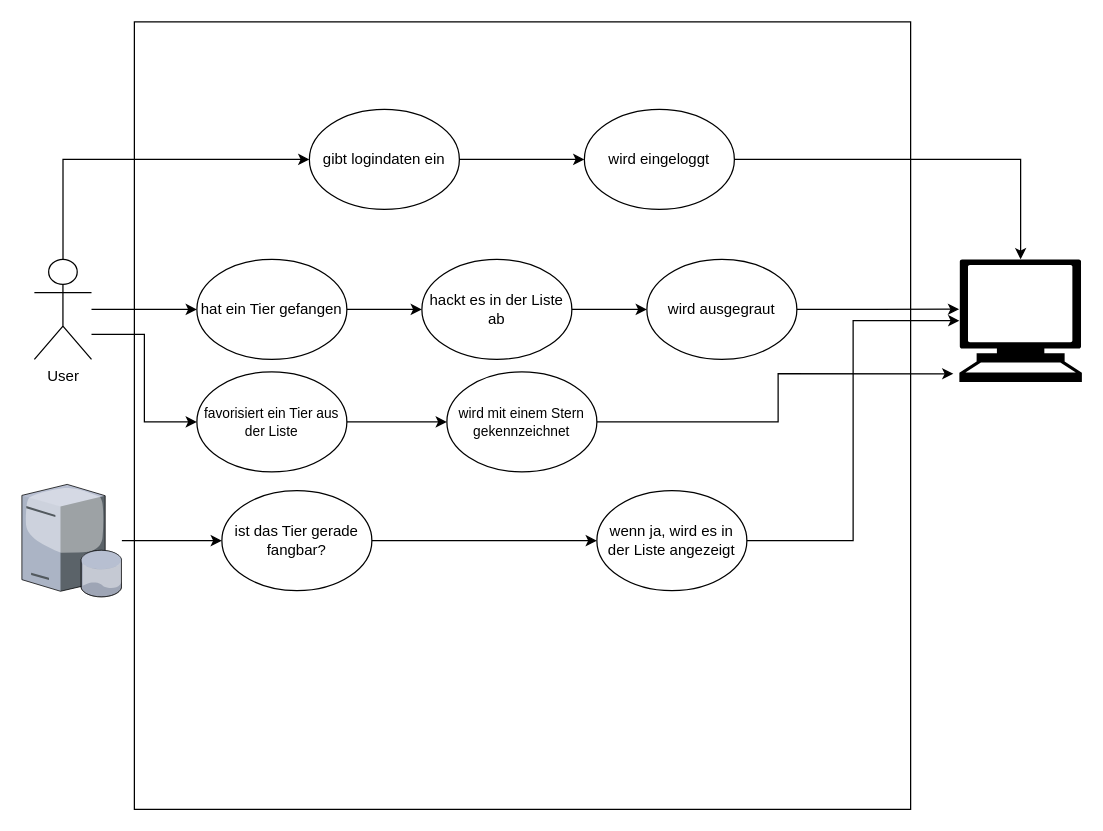
Above: docs/UseDiagramm_Critterpedia.drawio in Soryyyn/Critterpedia (draw.io), before the change. Source tidied: cells renumbered, new cells numbered last; positions are measured from the earlier drawing's top-left corner, leaving out a move shared by most shapes. Both pictures are drawn from the tidied source at 125%, with x=0, y=0 at pixel (21, 21).
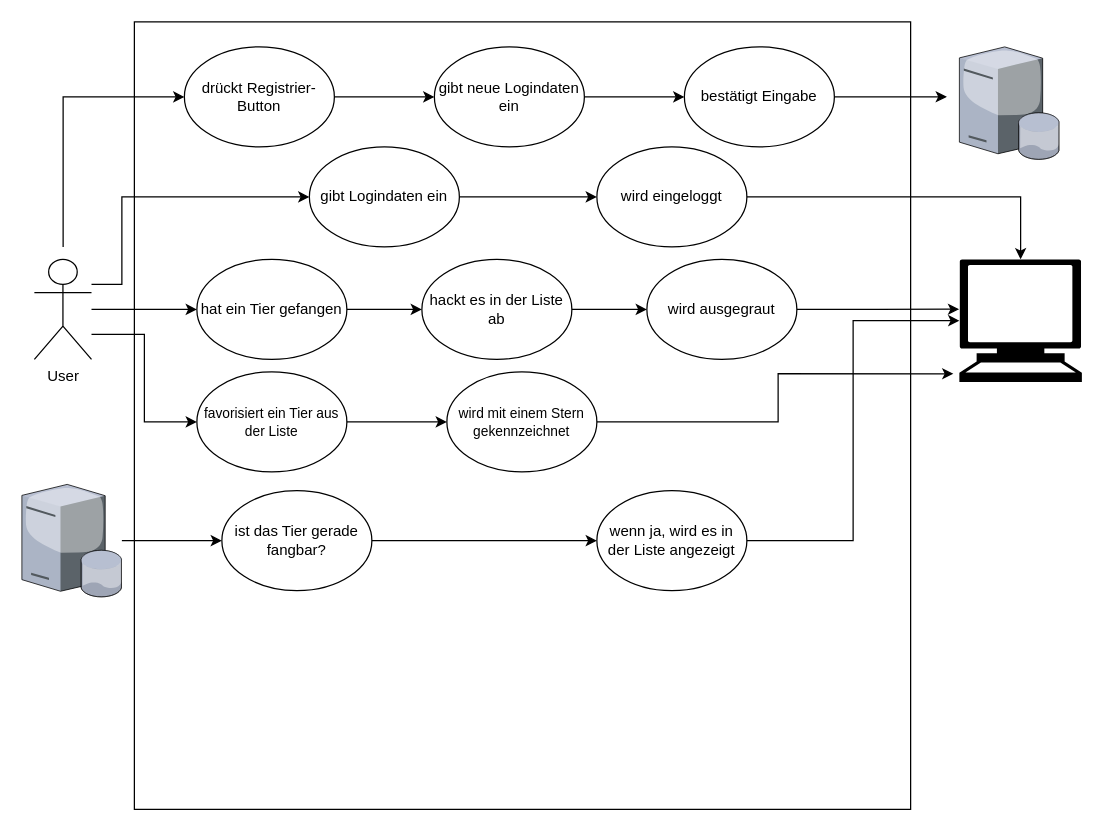
After the change.

The change refers to these unchanged cells:
```xml
<mxCell id="6" value="User" style="shape=umlActor;verticalLabelPosition=bottom;labelBackgroundColor=#ffffff;verticalAlign=top;html=1;outlineConnect=0;fillColor=none;" parent="1" vertex="1">
  <mxGeometry x="10" y="190" width="45.7" height="80" as="geometry" />
</mxCell>
```

Diff of the diagram source:
```diff
@@
     <mxCell id="3" style="edgeStyle=orthogonalEdgeStyle;rounded=0;jettySize=auto;html=1;entryX=0;entryY=0.5;entryDx=0;entryDy=0;" parent="1" edge="1" source="6" target="8">
       <mxGeometry relative="1" as="geometry">
         <Array as="points">
-          <mxPoint x="33" y="110" />
+          <mxPoint x="80" y="210" />
+          <mxPoint x="80" y="140" />
         </Array>
       </mxGeometry>
     </mxCell>
@@
+    <mxCell id="28" style="edgeStyle=orthogonalEdgeStyle;rounded=0;jettySize=auto;html=1;entryX=0;entryY=0.5;entryDx=0;entryDy=0;" parent="1" edge="1" target="30">
+      <mxGeometry relative="1" as="geometry">
+        <mxPoint x="33" y="180" as="sourcePoint" />
+        <Array as="points">
+          <mxPoint x="33" y="60" />
+        </Array>
+      </mxGeometry>
+    </mxCell>
@@
-    <mxCell id="8" value="gibt logindaten ein" style="ellipse;whiteSpace=wrap;html=1;fillColor=none;" parent="1" vertex="1">
-      <mxGeometry x="230" y="70" width="120" height="80" as="geometry" />
+    <mxCell id="8" value="gibt Logindaten ein" style="ellipse;whiteSpace=wrap;html=1;fillColor=none;" parent="1" vertex="1">
+      <mxGeometry x="230" y="100" width="120" height="80" as="geometry" />
     </mxCell>
@@
     <mxCell id="10" value="wird eingeloggt" style="ellipse;whiteSpace=wrap;html=1;fillColor=none;" parent="1" vertex="1">
-      <mxGeometry x="450" y="70" width="120" height="80" as="geometry" />
+      <mxGeometry x="460" y="100" width="120" height="80" as="geometry" />
     </mxCell>
@@
+    <mxCell id="29" style="edgeStyle=orthogonalEdgeStyle;rounded=0;jettySize=auto;html=1;" parent="1" edge="1" source="30" target="32">
+      <mxGeometry relative="1" as="geometry" />
+    </mxCell>
+    <mxCell id="30" value="drückt Registrier-Button" style="ellipse;whiteSpace=wrap;html=1;fillColor=none;" parent="1" vertex="1">
+      <mxGeometry x="130" y="20" width="120" height="80" as="geometry" />
+    </mxCell>
+    <mxCell id="31" style="edgeStyle=orthogonalEdgeStyle;rounded=0;jettySize=auto;html=1;" parent="1" edge="1" source="32" target="34">
+      <mxGeometry relative="1" as="geometry" />
+    </mxCell>
+    <mxCell id="32" value="gibt neue Logindaten ein" style="ellipse;whiteSpace=wrap;html=1;fillColor=none;" parent="1" vertex="1">
+      <mxGeometry x="330" y="20" width="120" height="80" as="geometry" />
+    </mxCell>
+    <mxCell id="33" style="edgeStyle=orthogonalEdgeStyle;rounded=0;jettySize=auto;html=1;entryX=-0.125;entryY=0.444;entryDx=0;entryDy=0;entryPerimeter=0;" parent="1" edge="1" source="34" target="35">
+      <mxGeometry relative="1" as="geometry" />
+    </mxCell>
+    <mxCell id="34" value="bestätigt Eingabe" style="ellipse;whiteSpace=wrap;html=1;fillColor=none;" parent="1" vertex="1">
+      <mxGeometry x="530" y="20" width="120" height="80" as="geometry" />
+    </mxCell>
+    <mxCell id="35" style="verticalLabelPosition=bottom;html=1;verticalAlign=top;strokeColor=none;align=center;outlineConnect=0;shape=mxgraph.citrix.database_server;fillColor=none;" parent="1" vertex="1">
+      <mxGeometry x="750" y="20" width="80" height="90" as="geometry" />
+    </mxCell>
```
